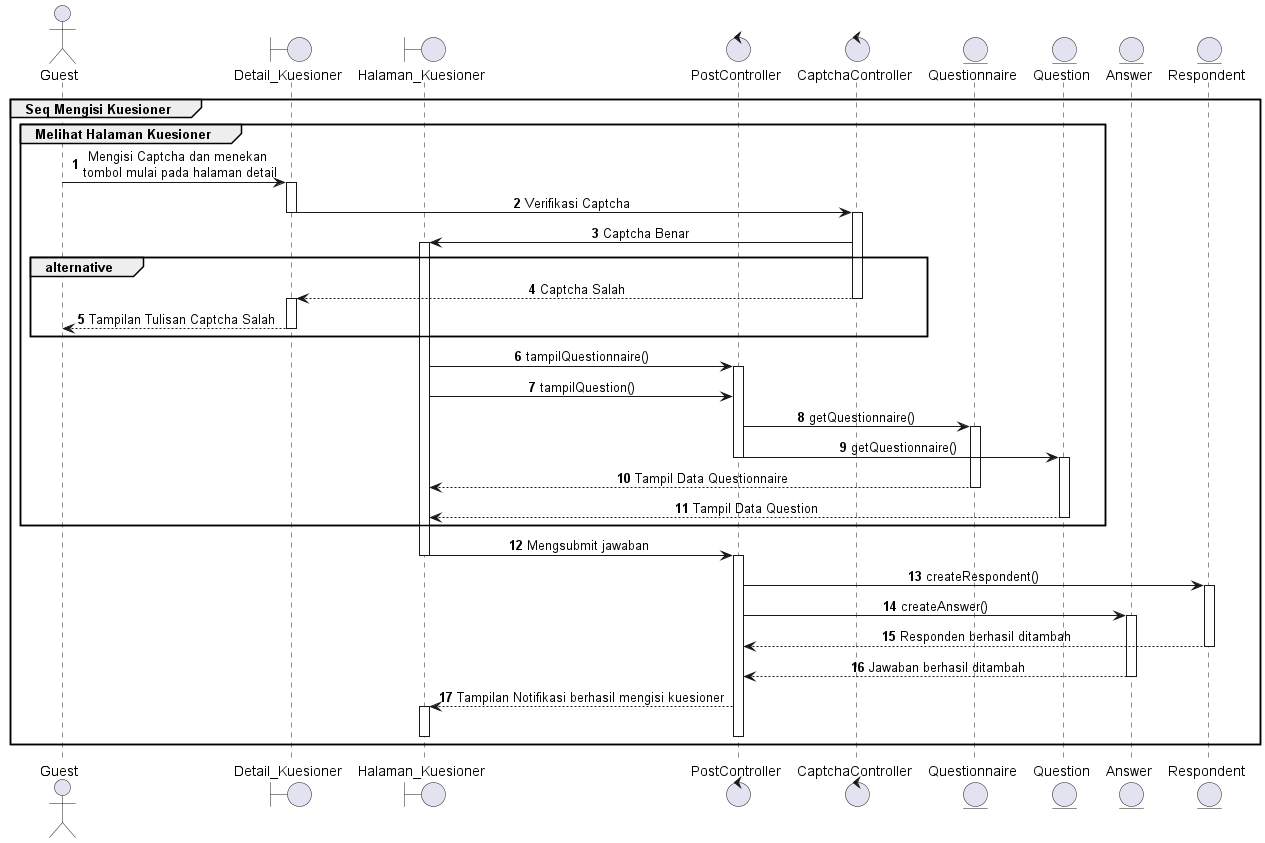
This is out/documentation/SequenceDiagram/isiKuesionerSD/Interaction Mengisi Kuesioner.png from Churma16/indeks-kepuasan-masyarakat, a PlantUML export, as it was before one commit.
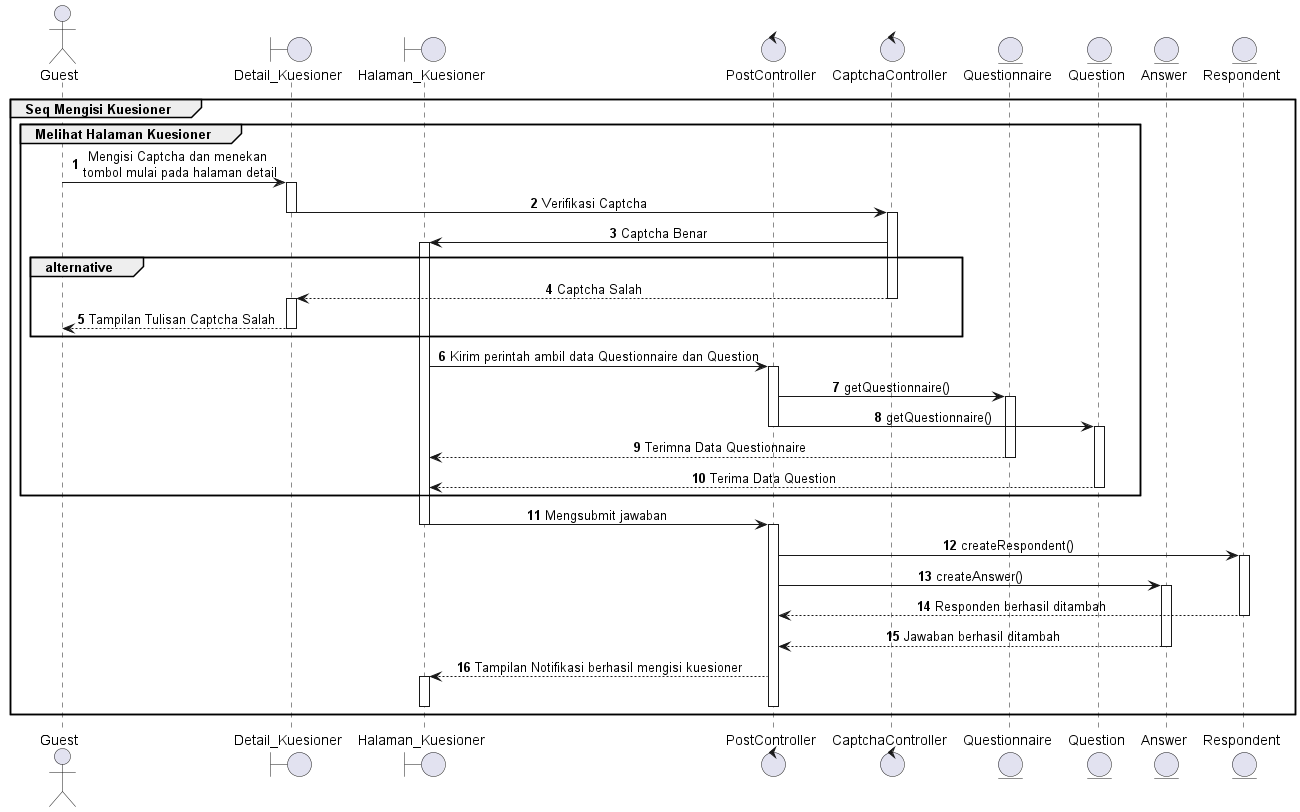
After the commit.

Diff of the diagram source:
```diff
@@ -30,18 +30,17 @@
             detail --> A: Tampilan Tulisan Captcha Salah
             deactivate detail
         end
-        halaman-> pcontrol: tampilQuestionnaire()
+        halaman-> pcontrol: Kirim perintah ambil data Questionnaire dan Question
         activate pcontrol
-        halaman-> pcontrol: tampilQuestion()
 
         pcontrol->q: getQuestionnaire()
         activate q
         pcontrol->qn: getQuestionnaire()
         deactivate pcontrol
         activate qn
-        q-->halaman: Tampil Data Questionnaire
+        q-->halaman: Terimna Data Questionnaire
         deactivate q
-        qn-->halaman: Tampil Data Question
+        qn-->halaman: Terima Data Question
         deactivate qn
 
     end
```
